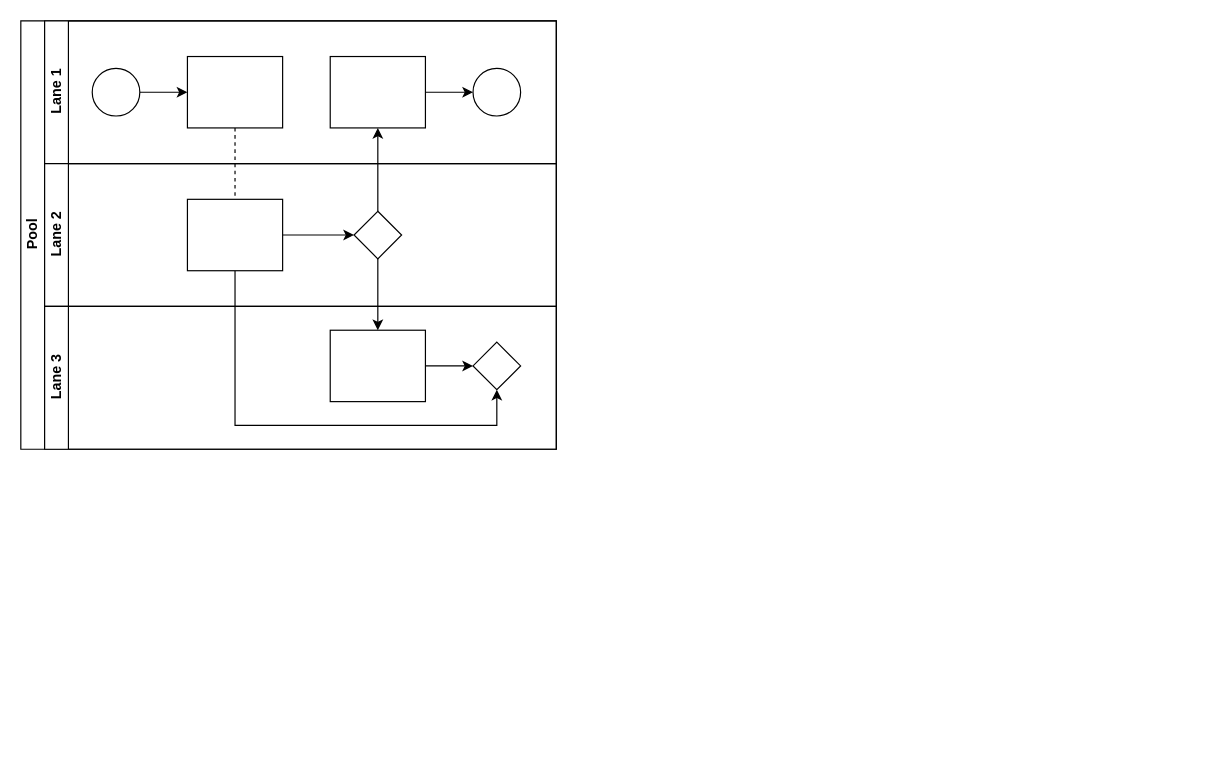
Before: Wodify_Coach.drawio in samuelroiz/WorkFlows_storage, a draw.io diagram. Source tidied: cells renumbered, new cells numbered last; positions are measured from the earlier drawing's top-left corner, leaving out a move shared by most shapes. Both pictures are drawn from the tidied source at 119%, with x=0, y=0 at pixel (20, 20).
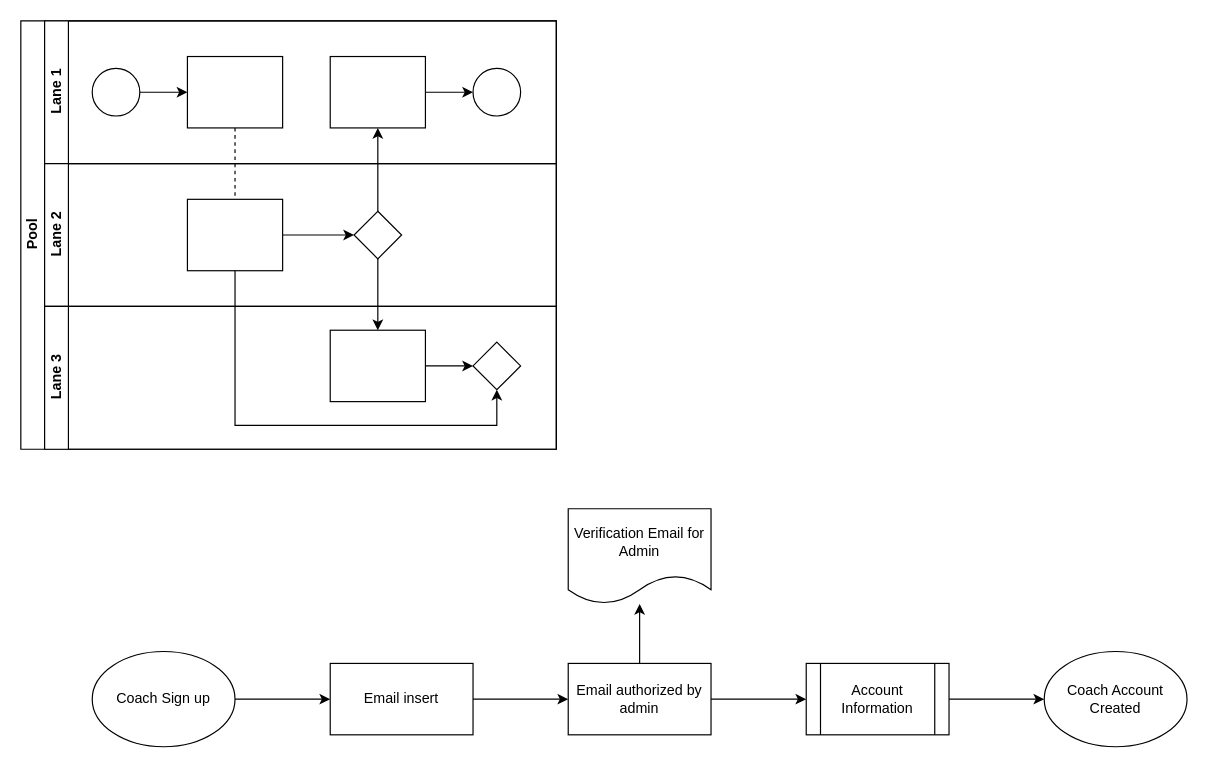
After the change.

Change to the diagram source:
```diff
@@
+    <mxCell id="22" style="edgeStyle=orthogonalEdgeStyle;rounded=0;jettySize=auto;html=1;" parent="1" edge="1" source="23" target="25">
+      <mxGeometry relative="1" as="geometry" />
+    </mxCell>
+    <mxCell id="23" value="Coach Sign up" style="ellipse;whiteSpace=wrap;html=1;" parent="1" vertex="1">
+      <mxGeometry x="60" y="530" width="120" height="80" as="geometry" />
+    </mxCell>
+    <mxCell id="24" style="edgeStyle=orthogonalEdgeStyle;rounded=0;jettySize=auto;html=1;" parent="1" edge="1" source="25" target="28">
+      <mxGeometry relative="1" as="geometry" />
+    </mxCell>
+    <mxCell id="25" value="Email insert" style="whiteSpace=wrap;html=1;" parent="1" vertex="1">
+      <mxGeometry x="260" y="540" width="120" height="60" as="geometry" />
+    </mxCell>
+    <mxCell id="26" style="edgeStyle=orthogonalEdgeStyle;rounded=0;jettySize=auto;html=1;" parent="1" edge="1" source="28" target="29">
+      <mxGeometry relative="1" as="geometry" />
+    </mxCell>
+    <mxCell id="27" style="edgeStyle=orthogonalEdgeStyle;rounded=0;jettySize=auto;html=1;" parent="1" edge="1" source="28">
+      <mxGeometry relative="1" as="geometry">
+        <mxPoint x="660" y="570" as="targetPoint" />
+      </mxGeometry>
+    </mxCell>
+    <mxCell id="28" value="Email authorized by admin" style="whiteSpace=wrap;html=1;" parent="1" vertex="1">
+      <mxGeometry x="460" y="540" width="120" height="60" as="geometry" />
+    </mxCell>
+    <mxCell id="29" value="Verification Email for Admin" style="shape=document;whiteSpace=wrap;html=1;boundedLbl=1;" parent="1" vertex="1">
+      <mxGeometry x="460" y="410" width="120" height="80" as="geometry" />
+    </mxCell>
+    <mxCell id="30" style="edgeStyle=orthogonalEdgeStyle;rounded=0;jettySize=auto;html=1;" parent="1" edge="1" source="31" target="32">
+      <mxGeometry relative="1" as="geometry" />
+    </mxCell>
+    <mxCell id="31" value="Account Information" style="shape=process;whiteSpace=wrap;html=1;backgroundOutline=1;" parent="1" vertex="1">
+      <mxGeometry x="660" y="540" width="120" height="60" as="geometry" />
+    </mxCell>
+    <mxCell id="32" value="Coach Account Created" style="ellipse;whiteSpace=wrap;html=1;" parent="1" vertex="1">
+      <mxGeometry x="860" y="530" width="120" height="80" as="geometry" />
+    </mxCell>
```
